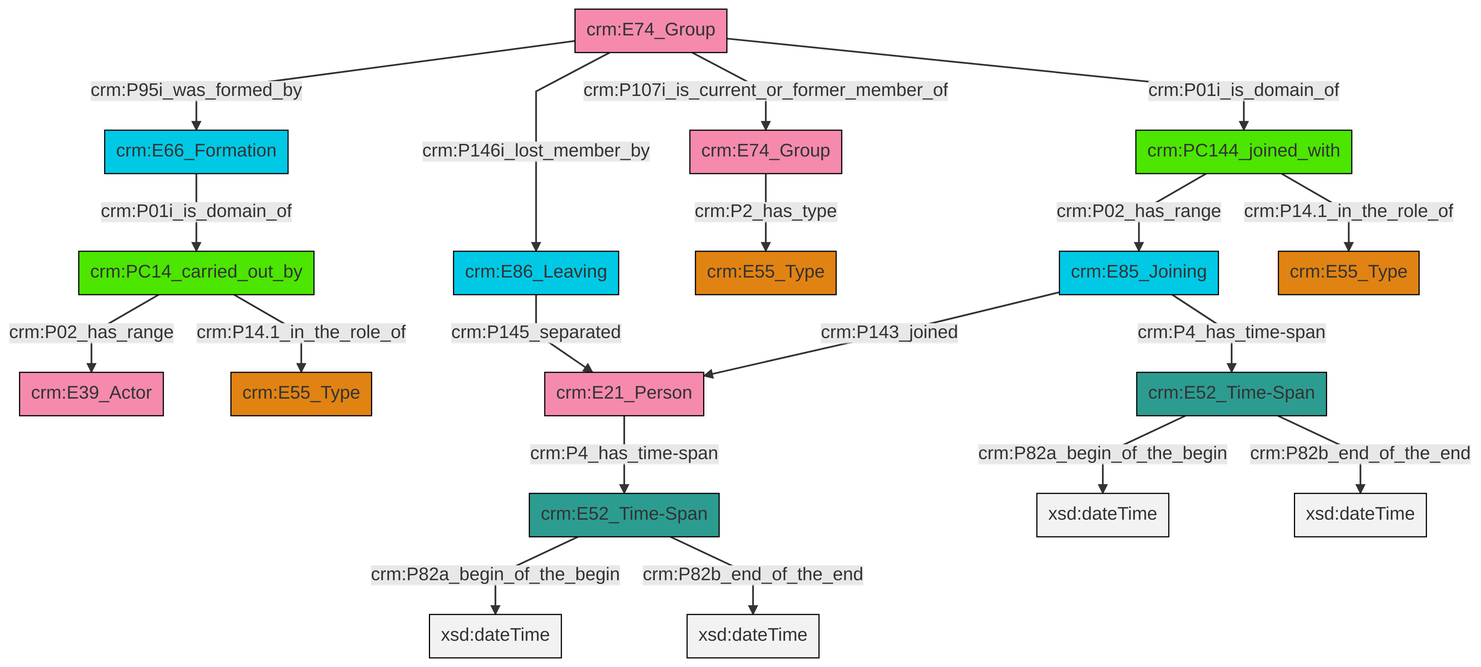
swiss-art-research-net/docs.swissartresearch keeps this Mermaid diagram as et/groupCSV/ttl/mmd/png/group_actor_relations.png. Above is the earlier version. Its source is kept beside it as et/groupCSV/ttl/mmd/group_actor_relations.ttl.mmd.
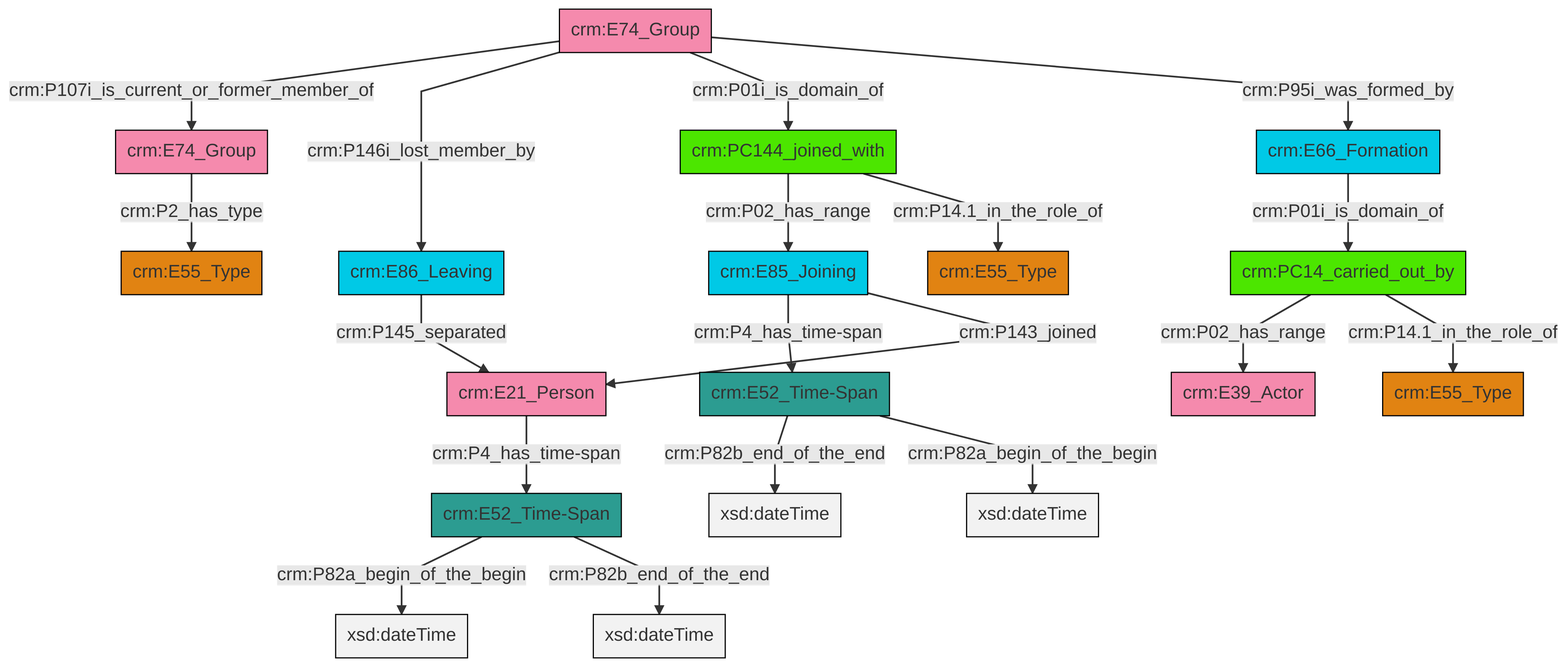
The same diagram one commit later.

The edit, as a diff of the source:
```diff
@@ -13,21 +13,21 @@
 classDef PC_Classes fill:#4ce600, stroke:#000000;
 classDef Multi fill:#cccccc,stroke:#000000;
 
-2["crm:E86_Leaving"]:::Temporal_Entity -->|crm:P145_separated| 3["crm:E21_Person"]:::Actor
-4["crm:E52_Time-Span"]:::Time-Span -->|crm:P82a_begin_of_the_begin| 5[xsd:dateTime]:::Literal
-8["crm:E85_Joining"]:::Temporal_Entity -->|crm:P143_joined| 3["crm:E21_Person"]:::Actor
-3["crm:E21_Person"]:::Actor -->|crm:P4_has_time-span| 0["crm:E52_Time-Span"]:::Time-Span
-6["crm:E74_Group"]:::Actor -->|crm:P95i_was_formed_by| 12["crm:E66_Formation"]:::Temporal_Entity
-13["crm:PC144_joined_with"]:::PC_Classes -->|crm:P02_has_range| 8["crm:E85_Joining"]:::Temporal_Entity
-0["crm:E52_Time-Span"]:::Time-Span -->|crm:P82a_begin_of_the_begin| 14[xsd:dateTime]:::Literal
-17["crm:PC14_carried_out_by"]:::PC_Classes -->|crm:P02_has_range| 18["crm:E39_Actor"]:::Actor
-17["crm:PC14_carried_out_by"]:::PC_Classes -->|crm:P14.1_in_the_role_of| 9["crm:E55_Type"]:::Type
-4["crm:E52_Time-Span"]:::Time-Span -->|crm:P82b_end_of_the_end| 21[xsd:dateTime]:::Literal
-6["crm:E74_Group"]:::Actor -->|crm:P146i_lost_member_by| 2["crm:E86_Leaving"]:::Temporal_Entity
-12["crm:E66_Formation"]:::Temporal_Entity -->|crm:P01i_is_domain_of| 17["crm:PC14_carried_out_by"]:::PC_Classes
-0["crm:E52_Time-Span"]:::Time-Span -->|crm:P82b_end_of_the_end| 24[xsd:dateTime]:::Literal
-6["crm:E74_Group"]:::Actor -->|crm:P107i_is_current_or_former_member_of| 19["crm:E74_Group"]:::Actor
-6["crm:E74_Group"]:::Actor -->|crm:P01i_is_domain_of| 13["crm:PC144_joined_with"]:::PC_Classes
-13["crm:PC144_joined_with"]:::PC_Classes -->|crm:P14.1_in_the_role_of| 28["crm:E55_Type"]:::Type
-8["crm:E85_Joining"]:::Temporal_Entity -->|crm:P4_has_time-span| 4["crm:E52_Time-Span"]:::Time-Span
-19["crm:E74_Group"]:::Actor -->|crm:P2_has_type| 15["crm:E55_Type"]:::Type
+0["crm:E74_Group"]:::Actor -->|crm:P2_has_type| 1["crm:E55_Type"]:::Type
+2["crm:E21_Person"]:::Actor -->|crm:P4_has_time-span| 3["crm:E52_Time-Span"]:::Time-Span
+4["crm:E66_Formation"]:::Temporal_Entity -->|crm:P01i_is_domain_of| 5["crm:PC14_carried_out_by"]:::PC_Classes
+3["crm:E52_Time-Span"]:::Time-Span -->|crm:P82a_begin_of_the_begin| 9[xsd:dateTime]:::Literal
+10["crm:E74_Group"]:::Actor -->|crm:P107i_is_current_or_former_member_of| 0["crm:E74_Group"]:::Actor
+13["crm:E52_Time-Span"]:::Time-Span -->|crm:P82b_end_of_the_end| 14[xsd:dateTime]:::Literal
+3["crm:E52_Time-Span"]:::Time-Span -->|crm:P82b_end_of_the_end| 16[xsd:dateTime]:::Literal
+10["crm:E74_Group"]:::Actor -->|crm:P146i_lost_member_by| 19["crm:E86_Leaving"]:::Temporal_Entity
+10["crm:E74_Group"]:::Actor -->|crm:P01i_is_domain_of| 11["crm:PC144_joined_with"]:::PC_Classes
+5["crm:PC14_carried_out_by"]:::PC_Classes -->|crm:P02_has_range| 6["crm:E39_Actor"]:::Actor
+5["crm:PC14_carried_out_by"]:::PC_Classes -->|crm:P14.1_in_the_role_of| 17["crm:E55_Type"]:::Type
+13["crm:E52_Time-Span"]:::Time-Span -->|crm:P82a_begin_of_the_begin| 27[xsd:dateTime]:::Literal
+25["crm:E85_Joining"]:::Temporal_Entity -->|crm:P4_has_time-span| 13["crm:E52_Time-Span"]:::Time-Span
+25["crm:E85_Joining"]:::Temporal_Entity -->|crm:P143_joined| 2["crm:E21_Person"]:::Actor
+10["crm:E74_Group"]:::Actor -->|crm:P95i_was_formed_by| 4["crm:E66_Formation"]:::Temporal_Entity
+11["crm:PC144_joined_with"]:::PC_Classes -->|crm:P02_has_range| 25["crm:E85_Joining"]:::Temporal_Entity
+19["crm:E86_Leaving"]:::Temporal_Entity -->|crm:P145_separated| 2["crm:E21_Person"]:::Actor
+11["crm:PC144_joined_with"]:::PC_Classes -->|crm:P14.1_in_the_role_of| 23["crm:E55_Type"]:::Type
```
